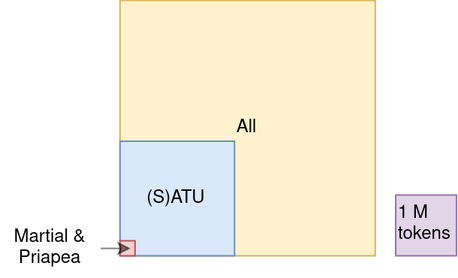
Earlier version of the draw.io export figures/chap1/part2/VennCorpus.png (PonteIneptique/these-redaction). Source tidied: cells renumbered, new cells last; positions are measured from the earlier drawing's top-left corner, leaving out a move shared by most shapes. Source of this version:
```xml
<mxGraphModel>
  <root>
    <mxCell id="0" />
    <mxCell id="1" parent="0" />
    <mxCell id="2" value="All" style="whiteSpace=wrap;html=1;fontSize=12;align=center;fillColor=#fff2cc;strokeColor=#d6b656;" parent="1" vertex="1">
      <mxGeometry x="79.4" y="-0.2" width="170" height="170" as="geometry" />
    </mxCell>
    <mxCell id="3" value="(S)ATU" style="whiteSpace=wrap;html=1;fontSize=12;align=center;fillColor=#dae8fc;strokeColor=#6c8ebf;" parent="1" vertex="1">
      <mxGeometry x="79.4" y="93.5" width="76.2" height="76.2" as="geometry" />
    </mxCell>
    <mxCell id="4" value="&lt;div style=&quot;font-size: 12px;&quot;&gt;Martial &amp;amp;&lt;/div&gt;&lt;div style=&quot;font-size: 12px;&quot;&gt;Priapea&lt;br style=&quot;font-size: 12px;&quot;&gt;&lt;/div&gt;" style="text;html=1;strokeColor=none;fillColor=none;align=center;verticalAlign=middle;whiteSpace=wrap;rounded=0;fontSize=12;" parent="1" vertex="1">
      <mxGeometry x="0.1" y="146" width="66.4" height="37.5" as="geometry" />
    </mxCell>
    <mxCell id="5" style="whiteSpace=wrap;html=1;fontSize=12;align=center;fillColor=#f8cecc;strokeColor=#b85450;" parent="1" vertex="1">
      <mxGeometry x="79.4" y="159.7" width="10" height="10" as="geometry" />
    </mxCell>
    <mxCell id="6" style="edgeStyle=orthogonalEdgeStyle;rounded=0;jettySize=auto;html=1;fontSize=12;opacity=50;" parent="1" edge="1" source="4" target="5">
      <mxGeometry relative="1" as="geometry" />
    </mxCell>
    <mxCell id="7" value="&lt;div&gt;1 M&lt;/div&gt;&lt;div&gt;tokens&lt;br&gt;&lt;/div&gt;" style="whiteSpace=wrap;html=1;fontSize=12;align=left;fillColor=#e1d5e7;strokeColor=#9673a6;" parent="1" vertex="1">
      <mxGeometry x="263" y="129.3" width="40.5" height="40.5" as="geometry" />
    </mxCell>
  </root>
</mxGraphModel>
```
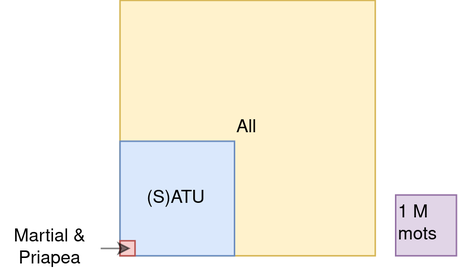
After the commit.

The edit, as a diff of the source:
```diff
@@ -17,7 +17,7 @@
     <mxCell id="6" style="edgeStyle=orthogonalEdgeStyle;rounded=0;jettySize=auto;html=1;fontSize=12;opacity=50;" parent="1" edge="1" source="4" target="5">
       <mxGeometry relative="1" as="geometry" />
     </mxCell>
-    <mxCell id="7" value="&lt;div&gt;1 M&lt;/div&gt;&lt;div&gt;tokens&lt;br&gt;&lt;/div&gt;" style="whiteSpace=wrap;html=1;fontSize=12;align=left;fillColor=#e1d5e7;strokeColor=#9673a6;" parent="1" vertex="1">
+    <mxCell id="7" value="&lt;div&gt;1 M&lt;/div&gt;mots" style="whiteSpace=wrap;html=1;fontSize=12;align=left;fillColor=#e1d5e7;strokeColor=#9673a6;" parent="1" vertex="1">
       <mxGeometry x="263" y="129.3" width="40.5" height="40.5" as="geometry" />
     </mxCell>
   </root>
```
